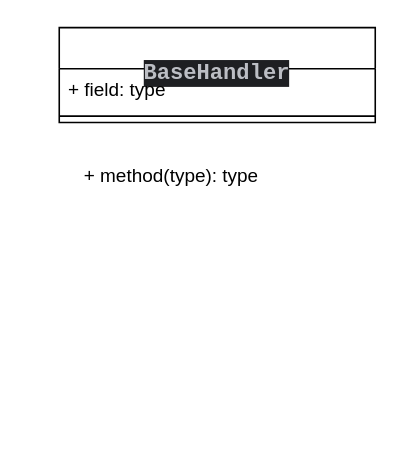
xqxls/UML keeps this draw.io diagram as 未命名绘图.drawio. Above is the earlier version. Source tidied: cells renumbered, new cells numbered last; positions are measured from the earlier drawing's top-left corner, leaving out a move shared by most shapes. Both pictures are drawn from the tidied source at 158%, with x=0, y=0 at pixel (58, 27).
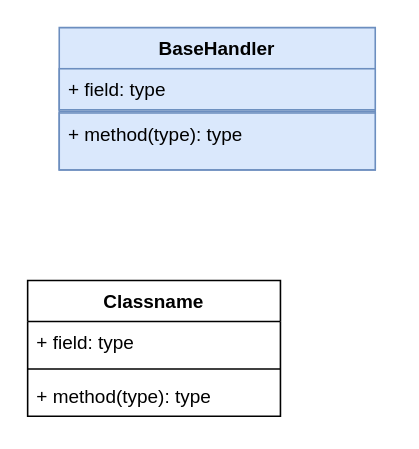
After the change.

What changed in the source:
```diff
@@
 <mxGraphModel>
   <root>
     <mxCell id="0" />
     <mxCell id="1" parent="0" />
-    <mxCell id="2" value="&lt;div style=&quot;background-color:#1e1f22;color:#bcbec4&quot;&gt;&lt;pre style=&quot;font-family:'Inconsolata',monospace;font-size:10.5pt;&quot;&gt;BaseHandler&lt;/pre&gt;&lt;/div&gt;" style="swimlane;fontStyle=1;align=center;verticalAlign=top;horizontal=1;startSize=26;whiteSpace=wrap;html=1;" parent="1" vertex="1">
-      <mxGeometry width="200" height="60" as="geometry" />
+    <mxCell id="2" value="BaseHandler" style="swimlane;fontStyle=1;align=center;verticalAlign=top;horizontal=1;startSize=26;whiteSpace=wrap;html=1;fillColor=#dae8fc;strokeColor=#6c8ebf;" parent="1" vertex="1">
+      <mxGeometry width="200" height="90" as="geometry" />
     </mxCell>
-    <mxCell id="3" value="+ field: type" style="text;strokeColor=none;fillColor=none;align=left;verticalAlign=top;spacingLeft=4;spacingRight=4;overflow=hidden;whiteSpace=wrap;html=1;" parent="2" vertex="1">
+    <mxCell id="3" value="+ field: type" style="text;strokeColor=#6c8ebf;fillColor=#dae8fc;align=left;verticalAlign=top;spacingLeft=4;spacingRight=4;overflow=hidden;whiteSpace=wrap;html=1;" parent="2" vertex="1">
       <mxGeometry y="26" width="200" height="26" as="geometry" />
     </mxCell>
     <mxCell id="4" style="line;strokeWidth=1;fillColor=none;align=left;verticalAlign=middle;spacingTop=-1;spacingLeft=3;spacingRight=3;labelPosition=right;strokeColor=inherit;" parent="2" vertex="1">
-      <mxGeometry y="52" width="200" height="8" as="geometry" />
+      <mxGeometry y="52" width="200" height="2" as="geometry" />
     </mxCell>
-    <mxCell id="5" value="+ method(type): type" style="text;strokeColor=none;fillColor=none;align=left;verticalAlign=top;spacingLeft=4;spacingRight=4;overflow=hidden;whiteSpace=wrap;html=1;" parent="1" vertex="1">
-      <mxGeometry x="10" y="80" width="200" height="26" as="geometry" />
+    <mxCell id="5" value="+ method(type): type" style="text;strokeColor=#6c8ebf;fillColor=#dae8fc;align=left;verticalAlign=top;spacingLeft=4;spacingRight=4;overflow=hidden;whiteSpace=wrap;html=1;" parent="2" vertex="1">
+      <mxGeometry y="54" width="200" height="36" as="geometry" />
     </mxCell>
+    <mxCell id="6" value="Classname" style="swimlane;fontStyle=1;align=center;verticalAlign=top;horizontal=1;startSize=26;whiteSpace=wrap;html=1;labelBackgroundColor=none;swimlaneFillColor=none;" parent="1" vertex="1">
+      <mxGeometry x="-20" y="160" width="160" height="86" as="geometry" />
+    </mxCell>
+    <mxCell id="7" value="+ field: type" style="text;align=left;verticalAlign=top;spacingLeft=4;spacingRight=4;overflow=hidden;whiteSpace=wrap;html=1;labelBackgroundColor=none;swimlaneFillColor=none;" parent="6" vertex="1">
+      <mxGeometry y="26" width="160" height="26" as="geometry" />
+    </mxCell>
+    <mxCell id="8" style="line;strokeWidth=1;align=left;verticalAlign=middle;spacingTop=-1;spacingLeft=3;spacingRight=3;labelPosition=right;labelBackgroundColor=none;swimlaneFillColor=none;" parent="6" vertex="1">
+      <mxGeometry y="52" width="160" height="8" as="geometry" />
+    </mxCell>
+    <mxCell id="9" value="+ method(type): type" style="text;align=left;verticalAlign=top;spacingLeft=4;spacingRight=4;overflow=hidden;whiteSpace=wrap;html=1;labelBackgroundColor=none;swimlaneFillColor=none;" parent="6" vertex="1">
+      <mxGeometry y="60" width="160" height="26" as="geometry" />
+    </mxCell>
   </root>
 </mxGraphModel>
```
